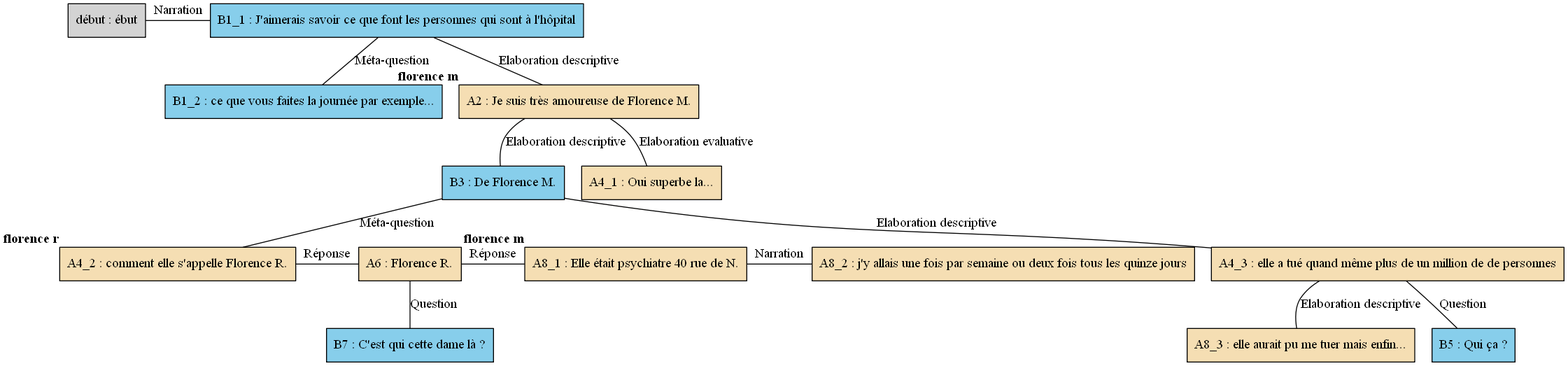
The Graphviz diagram arbres/Florence/Florence_-_C03.gv.png in AlaixComet/AnnotationSlamPTut, before a commit. Its source is kept beside it as arbres/Florence/Florence_-_C03.gv.
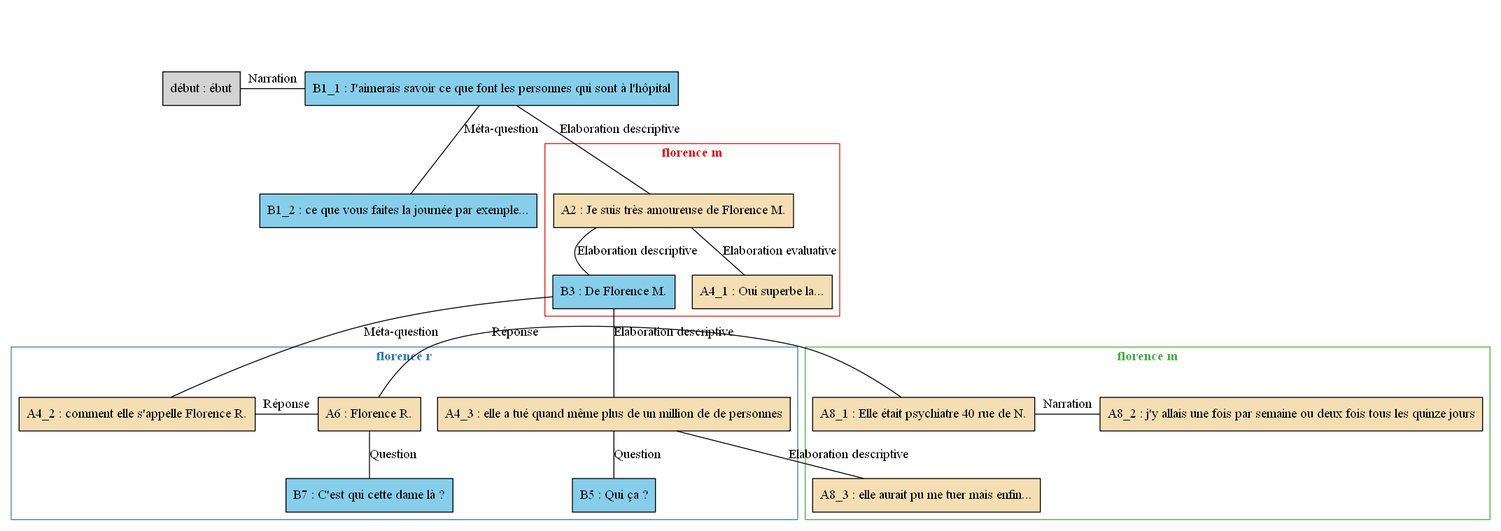
After the commit.

What changed in the source:
```diff
@@ -1,52 +1,68 @@
 digraph C03 {
 	node [shape=box style=filled]
-	"début" [label="début : ébut" xlabel=""]
-	B1_1 [label="B1_1 : J'aimerais savoir ce que font les personnes qui sont à l'hôpital" fillcolor=skyblue xlabel=""]
-	B1_2 [label="B1_2 : ce que vous faites la journée par exemple..." fillcolor=skyblue xlabel=""]
-	A2 [label="A2 : Je suis très amoureuse de Florence M." fillcolor=wheat xlabel=<<B>florence m</B>>]
-	B3 [label="B3 : De Florence M." fillcolor=skyblue xlabel=""]
-	A4_1 [label="A4_1 : Oui superbe la..." fillcolor=wheat xlabel=""]
-	A4_2 [label="A4_2 : comment elle s'appelle Florence R." fillcolor=wheat xlabel=<<B>
-florence r</B>>]
-	A4_3 [label="A4_3 : elle a tué quand même plus de un million de de personnes" fillcolor=wheat xlabel=""]
-	B5 [label="B5 : Qui ça ?" fillcolor=skyblue xlabel=""]
-	A6 [label="A6 : Florence R." fillcolor=wheat xlabel=""]
-	B7 [label="B7 : C'est qui cette dame là ?" fillcolor=skyblue xlabel=""]
-	A8_1 [label="A8_1 : Elle était psychiatre 40 rue de N." fillcolor=wheat xlabel=<<B>
-florence m</B>>]
-	A8_2 [label="A8_2 : j'y allais une fois par semaine ou deux fois tous les quinze jours" fillcolor=wheat xlabel=""]
-	A8_3 [label="A8_3 : elle aurait pu me tuer mais enfin..." fillcolor=wheat xlabel=""]
-	{
-		rank=same
-		"début"
-		B1_1
-		"début" -> B1_1 [label=Narration dir=none]
+	newrank=true
+	zero [style=invis]
+	"début" [label="début : ébut"]
+	B1_1 [label="B1_1 : J'aimerais savoir ce que font les personnes qui sont à l'hôpital" fillcolor=skyblue]
+	B1_2 [label="B1_2 : ce que vous faites la journée par exemple..." fillcolor=skyblue]
+	A2 [label="A2 : Je suis très amoureuse de Florence M." fillcolor=wheat]
+	B3 [label="B3 : De Florence M." fillcolor=skyblue]
+	A4_1 [label="A4_1 : Oui superbe la..." fillcolor=wheat]
+	A4_2 [label="A4_2 : comment elle s'appelle Florence R." fillcolor=wheat]
+	A4_3 [label="A4_3 : elle a tué quand même plus de un million de de personnes" fillcolor=wheat]
+	B5 [label="B5 : Qui ça ?" fillcolor=skyblue]
+	A6 [label="A6 : Florence R." fillcolor=wheat]
+	B7 [label="B7 : C'est qui cette dame là ?" fillcolor=skyblue]
+	A8_1 [label="A8_1 : Elle était psychiatre 40 rue de N." fillcolor=wheat]
+	A8_2 [label="A8_2 : j'y allais une fois par semaine ou deux fois tous les quinze jours" fillcolor=wheat]
+	A8_3 [label="A8_3 : elle aurait pu me tuer mais enfin..." fillcolor=wheat]
+	zero -> "début" [label="" style=invis]
+	zero -> B1_1 [style=invis weight=1]
+	"début" -> B1_1 [label=Narration constraint=false dir=none]
+	B1_1 -> B1_2 [label="Méta-question" dir=none weight=2]
+	B1_1 -> A2 [label="Elaboration descriptive" dir=none weight=2]
+	A2 -> B3 [label="Elaboration descriptive" dir=none weight=2]
+	A2 -> A4_1 [label="Elaboration evaluative" dir=none weight=2]
+	B3 -> A4_2 [label="Méta-question" dir=none weight=2]
+	B3 -> A4_3 [label="Elaboration descriptive" dir=none weight=2]
+	A4_3 -> B5 [label=Question dir=none weight=2]
+	B3 -> A6 [style=invis weight=1]
+	A4_2 -> A6 [label="Réponse" constraint=false dir=none]
+	A6 -> B7 [label=Question dir=none weight=2]
+	B3 -> A8_1 [style=invis weight=1]
+	A6 -> A8_1 [label="Réponse" constraint=false dir=none]
+	B3 -> A8_2 [style=invis weight=1]
+	A8_1 -> A8_2 [label=Narration constraint=false dir=none]
+	A4_3 -> A8_3 [label="Elaboration descriptive" dir=none weight=2]
+	subgraph cluster_1 {
+		label=<<B>florence m</B>>
+		colorscheme=set19
+		color=1
+		fontcolor=1
+		A2
+		B3
+		A4_1
 	}
-	B1_1 -> B1_2 [label="Méta-question" dir=none]
-	B1_1 -> A2 [label="Elaboration descriptive" dir=none]
-	A2 -> B3 [label="Elaboration descriptive" dir=none]
-	A2 -> A4_1 [label="Elaboration evaluative" dir=none]
-	B3 -> A4_2 [label="Méta-question" dir=none]
-	B3 -> A4_3 [label="Elaboration descriptive" dir=none]
-	A4_3 -> B5 [label=Question dir=none]
-	{
-		rank=same
+	subgraph cluster_2 {
+		label=<<B>
+florence r</B>>
+		colorscheme=set19
+		color=2
+		fontcolor=2
 		A4_2
+		A4_3
+		B5
 		A6
-		A4_2 -> A6 [label="Réponse" dir=none]
+		B7
 	}
-	A6 -> B7 [label=Question dir=none]
-	{
-		rank=same
-		A6
-		A8_1
-		A6 -> A8_1 [label="Réponse" dir=none]
-	}
-	{
-		rank=same
+	subgraph cluster_3 {
+		label=<<B>
+florence m</B>>
+		colorscheme=set19
+		color=3
+		fontcolor=3
 		A8_1
 		A8_2
-		A8_1 -> A8_2 [label=Narration dir=none]
+		A8_3
 	}
-	A4_3 -> A8_3 [label="Elaboration descriptive" dir=none]
 }
```
